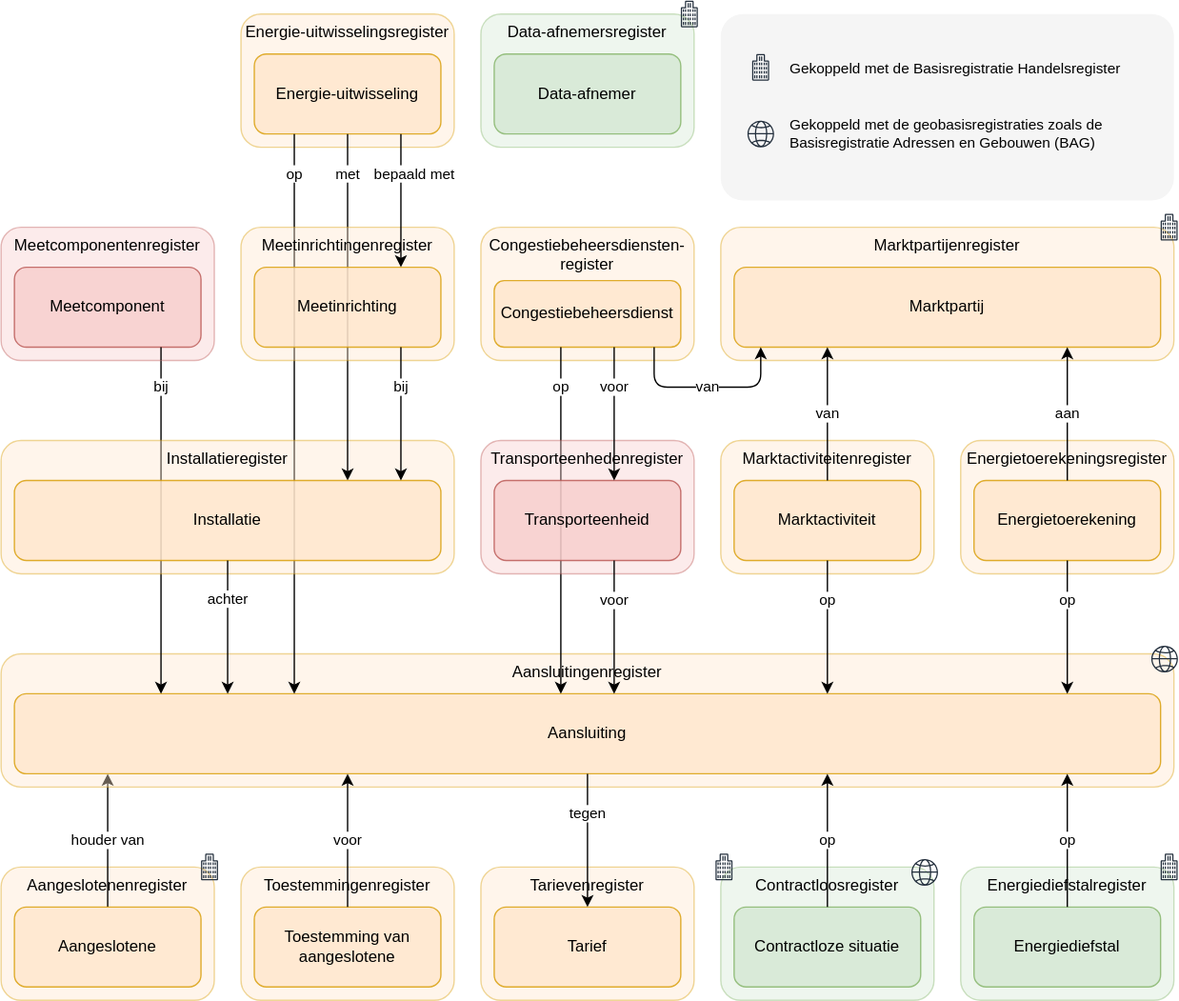
Earlier version of the draw.io export docs/assets/images/stelselplaat.drawio.svg (Netbeheer-Nederland/stelsel). Source tidied: cells renumbered, new cells last; positions are measured from the earlier drawing's top-left corner, leaving out a move shared by most shapes.
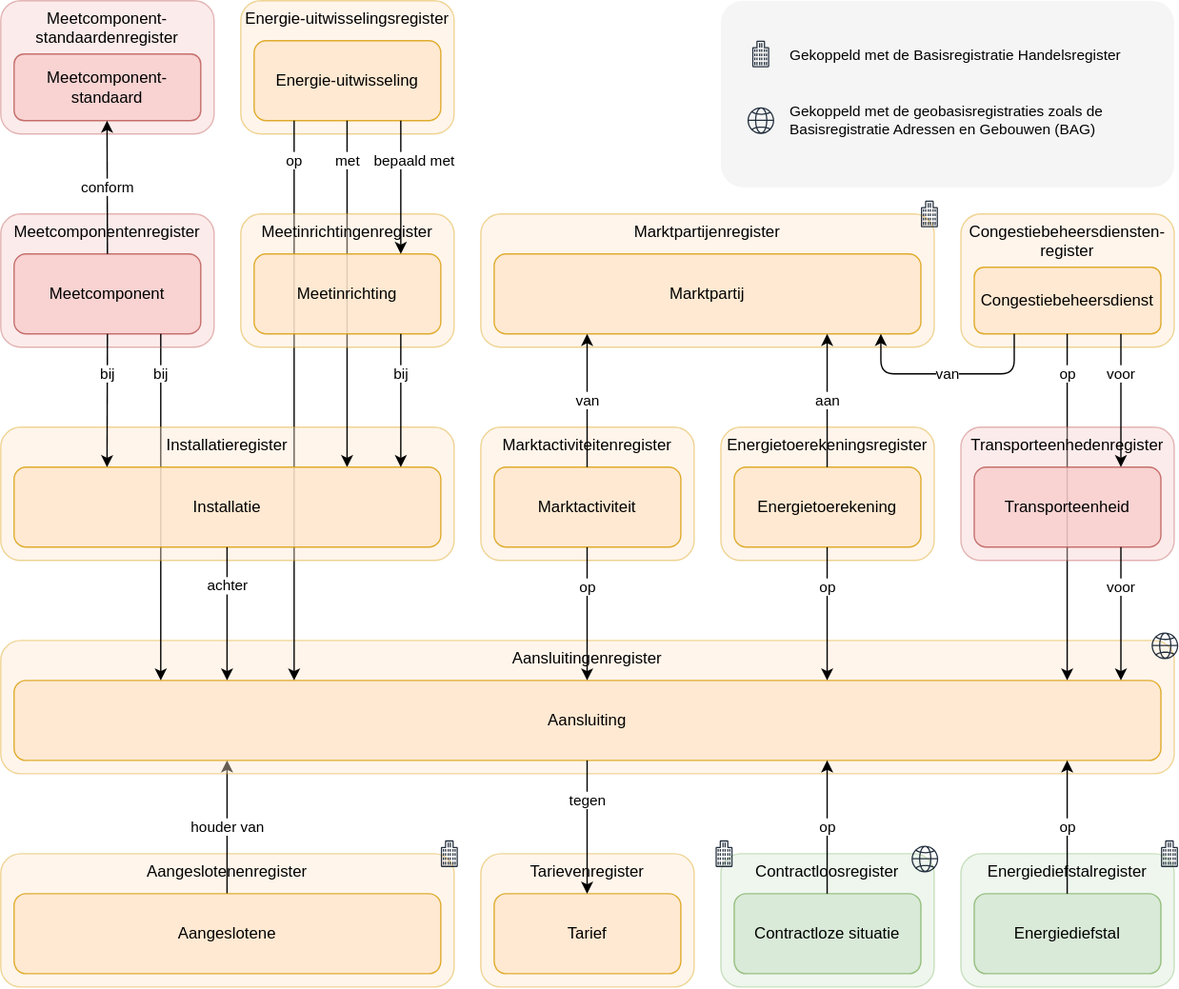
The same diagram one commit later.

Commit message:
Stelselplaat aangepast

The edit, as a diff of the source:
```diff
@@ -5,29 +5,23 @@
     <mxCell id="2" style="rounded=1;whiteSpace=wrap;html=1;fillColor=#f5f5f5;fontColor=#333333;strokeColor=none;arcSize=12;" parent="1" vertex="1">
       <mxGeometry x="540" y="10" width="340" height="140" as="geometry" />
     </mxCell>
-    <mxCell id="3" value="Toestemmingenregister" style="rounded=1;whiteSpace=wrap;html=1;verticalAlign=top;horizontal=1;align=center;fillColor=#ffe6cc;strokeColor=#d79b00;opacity=40;fontColor=default;" parent="1" vertex="1">
-      <mxGeometry x="180" y="650" width="160" height="100" as="geometry" />
-    </mxCell>
     <mxCell id="4" value="Marktpartijenregister" style="rounded=1;whiteSpace=wrap;html=1;verticalAlign=top;align=center;horizontal=1;fillColor=#ffe6cc;strokeColor=#d79b00;opacity=40;fontColor=default;" parent="1" vertex="1">
-      <mxGeometry x="540" y="170" width="340" height="100" as="geometry" />
+      <mxGeometry x="360" y="170" width="340" height="100" as="geometry" />
     </mxCell>
     <mxCell id="5" value="Marktpartij" style="rounded=1;whiteSpace=wrap;html=1;fillColor=#ffe6cc;strokeColor=#d79b00;opacity=80;fontColor=default;" parent="1" vertex="1">
-      <mxGeometry x="550" y="200" width="320" height="60" as="geometry" />
+      <mxGeometry x="370" y="200" width="320" height="60" as="geometry" />
     </mxCell>
     <mxCell id="6" value="Marktactiviteitenregister" style="rounded=1;whiteSpace=wrap;html=1;verticalAlign=top;align=center;horizontal=1;fillColor=#ffe6cc;strokeColor=#d79b00;opacity=40;fontColor=default;" parent="1" vertex="1">
-      <mxGeometry x="540" y="330" width="160" height="100" as="geometry" />
+      <mxGeometry x="360" y="330" width="160" height="100" as="geometry" />
     </mxCell>
     <mxCell id="7" value="Congestiebeheersdiensten-register" style="rounded=1;whiteSpace=wrap;html=1;verticalAlign=top;align=center;horizontal=1;fillColor=#ffe6cc;strokeColor=#d79b00;opacity=40;fontColor=default;" parent="1" vertex="1">
-      <mxGeometry x="360" y="170" width="160" height="100" as="geometry" />
+      <mxGeometry x="720" y="170" width="160" height="100" as="geometry" />
     </mxCell>
     <mxCell id="8" value="Marktactiviteit" style="rounded=1;whiteSpace=wrap;html=1;fillColor=#ffe6cc;strokeColor=#d79b00;opacity=80;fontColor=default;" parent="1" vertex="1">
-      <mxGeometry x="550" y="360" width="140" height="60" as="geometry" />
+      <mxGeometry x="370" y="360" width="140" height="60" as="geometry" />
     </mxCell>
-    <mxCell id="9" value="Toestemming van aangeslotene" style="rounded=1;whiteSpace=wrap;html=1;fillColor=#ffe6cc;strokeColor=#d79b00;opacity=80;fontColor=default;" parent="1" vertex="1">
-      <mxGeometry x="190" y="680" width="140" height="60" as="geometry" />
-    </mxCell>
     <mxCell id="10" value="Congestiebeheersdienst" style="rounded=1;whiteSpace=wrap;html=1;fillColor=#ffe6cc;strokeColor=#d79b00;opacity=80;fontColor=default;" parent="1" vertex="1">
-      <mxGeometry x="370" y="210" width="140" height="50" as="geometry" />
+      <mxGeometry x="730" y="210" width="140" height="50" as="geometry" />
     </mxCell>
     <mxCell id="11" value="van" style="endArrow=classic;html=1;rounded=0;edgeStyle=elbowEdgeStyle;fontColor=default;" parent="1" edge="1" source="8" target="5">
       <mxGeometry relative="1" as="geometry" />
@@ -35,16 +29,16 @@
     <mxCell id="12" value="van" style="endArrow=classic;html=1;rounded=1;edgeStyle=orthogonalEdgeStyle;fontColor=default;curved=0;" parent="1" edge="1" source="10" target="5">
       <mxGeometry relative="1" as="geometry">
         <Array as="points">
-          <mxPoint x="490" y="290" />
-          <mxPoint x="570" y="290" />
+          <mxPoint x="760" y="290" />
+          <mxPoint x="660" y="290" />
         </Array>
       </mxGeometry>
     </mxCell>
     <mxCell id="13" value="Energietoerekeningsregister" style="rounded=1;whiteSpace=wrap;html=1;verticalAlign=top;align=center;horizontal=1;fillColor=#ffe6cc;strokeColor=#d79b00;opacity=40;fontColor=default;" parent="1" vertex="1">
-      <mxGeometry x="720" y="330" width="160" height="100" as="geometry" />
+      <mxGeometry x="540" y="330" width="160" height="100" as="geometry" />
     </mxCell>
     <mxCell id="14" value="Energietoerekening" style="rounded=1;whiteSpace=wrap;html=1;fillColor=#ffe6cc;strokeColor=#d79b00;opacity=80;fontColor=default;" parent="1" vertex="1">
-      <mxGeometry x="730" y="360" width="140" height="60" as="geometry" />
+      <mxGeometry x="550" y="360" width="140" height="60" as="geometry" />
     </mxCell>
     <mxCell id="15" value="aan" style="endArrow=classic;html=1;rounded=0;edgeStyle=elbowEdgeStyle;fontColor=default;" parent="1" edge="1" source="14" target="5">
       <mxGeometry relative="1" as="geometry" />
@@ -53,7 +47,7 @@
       <mxGeometry x="360" y="650" width="160" height="100" as="geometry" />
     </mxCell>
     <mxCell id="17" value="Aangeslotenenregister" style="rounded=1;whiteSpace=wrap;html=1;verticalAlign=top;horizontal=1;align=center;strokeWidth=1;opacity=40;fillColor=#ffe6cc;strokeColor=#d79b00;fontColor=default;" parent="1" vertex="1">
-      <mxGeometry y="650" width="160" height="100" as="geometry" />
+      <mxGeometry y="650" width="340" height="100" as="geometry" />
     </mxCell>
     <mxCell id="18" value="houder van" style="endArrow=classic;html=1;rounded=0;edgeStyle=elbowEdgeStyle;fontColor=default;" parent="1" edge="1" source="44" target="24">
       <mxGeometry relative="1" as="geometry" />
@@ -61,15 +55,9 @@
     <mxCell id="19" value="Contractloosregister" style="rounded=1;whiteSpace=wrap;html=1;verticalAlign=top;horizontal=1;align=center;fillColor=#d5e8d4;strokeColor=#82b366;opacity=40;fontColor=default;" parent="1" vertex="1">
       <mxGeometry x="540" y="650" width="160" height="100" as="geometry" />
     </mxCell>
-    <mxCell id="20" value="Data-afnemersregister" style="rounded=1;whiteSpace=wrap;html=1;verticalAlign=top;horizontal=1;align=center;fillColor=#d5e8d4;strokeColor=#82b366;opacity=40;fontColor=default;" parent="1" vertex="1">
-      <mxGeometry x="360" y="10" width="160" height="100" as="geometry" />
-    </mxCell>
     <mxCell id="21" value="Tarief" style="rounded=1;whiteSpace=wrap;html=1;fillColor=#ffe6cc;strokeColor=#d79b00;opacity=80;" parent="1" vertex="1">
       <mxGeometry x="370" y="680" width="140" height="60" as="geometry" />
     </mxCell>
-    <mxCell id="22" value="Data-afnemer" style="rounded=1;whiteSpace=wrap;html=1;fillColor=#d5e8d4;strokeColor=#82b366;opacity=80;fontColor=default;" parent="1" vertex="1">
-      <mxGeometry x="370" y="40" width="140" height="60" as="geometry" />
-    </mxCell>
     <mxCell id="23" value="Aansluitingenregister" style="rounded=1;whiteSpace=wrap;html=1;verticalAlign=top;horizontal=1;align=center;opacity=40;fillColor=#ffe6cc;strokeColor=#d79b00;fontColor=default;" parent="1" vertex="1">
       <mxGeometry y="490" width="880" height="100" as="geometry" />
     </mxCell>
@@ -102,11 +90,7 @@
       <mxGeometry x="-0.4" relative="1" as="geometry" />
     </mxCell>
     <mxCell id="32" value="op" style="endArrow=classic;html=1;rounded=0;edgeStyle=elbowEdgeStyle;fontColor=default;" parent="1" edge="1" source="10" target="24">
-      <mxGeometry x="-0.77" relative="1" as="geometry">
-        <Array as="points">
-          <mxPoint x="420" y="390" />
-        </Array>
-      </mxGeometry>
+      <mxGeometry x="-0.77" relative="1" as="geometry" />
     </mxCell>
     <mxCell id="33" value="op" style="endArrow=classic;html=1;rounded=0;edgeStyle=elbowEdgeStyle;fontColor=default;" parent="1" edge="1" source="26" target="24">
       <mxGeometry relative="1" as="geometry" />
@@ -157,11 +141,8 @@
       </mxGeometry>
     </mxCell>
     <mxCell id="44" value="Aangeslotene" style="rounded=1;whiteSpace=wrap;html=1;fillColor=#ffe6cc;strokeColor=#d79b00;opacity=80;" parent="1" vertex="1">
-      <mxGeometry x="10" y="680" width="140" height="60" as="geometry" />
+      <mxGeometry x="10" y="680" width="320" height="60" as="geometry" />
     </mxCell>
-    <mxCell id="45" value="voor" style="endArrow=classic;html=1;rounded=0;edgeStyle=elbowEdgeStyle;endFill=1;fontColor=default;" parent="1" edge="1" source="9" target="24">
-      <mxGeometry relative="1" as="geometry" />
-    </mxCell>
     <mxCell id="46" value="Meetcomponentenregister" style="rounded=1;whiteSpace=wrap;html=1;verticalAlign=top;align=center;horizontal=1;strokeWidth=1;opacity=40;fillColor=#f8cecc;strokeColor=#b85450;fontColor=default;" parent="1" vertex="1">
       <mxGeometry y="170" width="160" height="100" as="geometry" />
     </mxCell>
@@ -187,13 +168,10 @@
       <mxGeometry x="536" y="640" width="12.8" height="20" as="geometry" />
     </mxCell>
     <mxCell id="53" style="sketch=0;fontColor=#232F3E;gradientColor=none;fillColor=#232F3D;strokeColor=none;dashed=0;verticalLabelPosition=bottom;verticalAlign=top;align=center;html=1;fontSize=12;fontStyle=0;shape=mxgraph.aws4.office_building;" parent="1" vertex="1">
-      <mxGeometry x="150" y="640" width="12.8" height="20" as="geometry" />
+      <mxGeometry x="330" y="640" width="12.8" height="20" as="geometry" />
     </mxCell>
-    <mxCell id="54" style="sketch=0;fontColor=#232F3E;gradientColor=none;fillColor=#232F3D;strokeColor=none;dashed=0;verticalLabelPosition=bottom;verticalAlign=top;align=center;html=1;fontSize=12;fontStyle=0;shape=mxgraph.aws4.office_building;" parent="1" vertex="1">
-      <mxGeometry x="510" width="12.8" height="20" as="geometry" />
-    </mxCell>
     <mxCell id="55" style="sketch=0;fontColor=#232F3E;gradientColor=none;fillColor=#232F3D;strokeColor=none;dashed=0;verticalLabelPosition=bottom;verticalAlign=top;align=center;html=1;fontSize=12;fontStyle=0;shape=mxgraph.aws4.office_building;" parent="1" vertex="1">
-      <mxGeometry x="870" y="160" width="12.8" height="20" as="geometry" />
+      <mxGeometry x="690" y="160" width="12.8" height="20" as="geometry" />
     </mxCell>
     <mxCell id="56" style="sketch=0;fontColor=#232F3E;gradientColor=none;fillColor=#232F3D;strokeColor=none;dashed=0;verticalLabelPosition=bottom;verticalAlign=top;align=center;html=1;fontSize=12;fontStyle=0;shape=mxgraph.aws4.office_building;" parent="1" vertex="1">
       <mxGeometry x="870" y="640" width="12.8" height="20" as="geometry" />
@@ -214,24 +192,38 @@
       <mxGeometry x="683" y="644" width="20" height="20" as="geometry" />
     </mxCell>
     <mxCell id="62" value="Transporteenhedenregister" style="rounded=1;whiteSpace=wrap;html=1;verticalAlign=top;align=center;horizontal=1;strokeWidth=1;opacity=40;fillColor=#f8cecc;strokeColor=#b85450;fontColor=default;" parent="1" vertex="1">
-      <mxGeometry x="360" y="330" width="160" height="100" as="geometry" />
+      <mxGeometry x="720" y="330" width="160" height="100" as="geometry" />
     </mxCell>
     <mxCell id="63" value="Transporteenheid" style="rounded=1;whiteSpace=wrap;html=1;fillColor=#f8cecc;strokeColor=#b85450;opacity=80;fontColor=default;" parent="1" vertex="1">
-      <mxGeometry x="370" y="360" width="140" height="60" as="geometry" />
+      <mxGeometry x="730" y="360" width="140" height="60" as="geometry" />
     </mxCell>
     <mxCell id="64" value="voor" style="endArrow=classic;html=1;rounded=0;edgeStyle=elbowEdgeStyle;fontColor=default;" parent="1" edge="1" source="63" target="24">
       <mxGeometry x="-0.4" relative="1" as="geometry">
         <Array as="points">
-          <mxPoint x="460" y="470" />
+          <mxPoint x="840" y="480" />
         </Array>
       </mxGeometry>
     </mxCell>
     <mxCell id="65" value="voor" style="endArrow=classic;html=1;rounded=0;edgeStyle=elbowEdgeStyle;fontColor=default;" parent="1" edge="1" source="10" target="63">
       <mxGeometry x="-0.4" relative="1" as="geometry">
         <Array as="points">
-          <mxPoint x="460" y="310" />
+          <mxPoint x="840" y="310" />
         </Array>
       </mxGeometry>
     </mxCell>
+    <mxCell id="66" value="&lt;span style=&quot;color: rgb(0, 0, 0);&quot;&gt;Meetcomponent-standaardenregister&lt;/span&gt;" style="rounded=1;whiteSpace=wrap;html=1;verticalAlign=top;align=center;horizontal=1;strokeWidth=1;opacity=40;fillColor=#f8cecc;strokeColor=#b85450;fontColor=default;" parent="1" vertex="1">
+      <mxGeometry y="10" width="160" height="100" as="geometry" />
+    </mxCell>
+    <mxCell id="67" value="Meetcomponent-standaard" style="rounded=1;whiteSpace=wrap;html=1;fillColor=#f8cecc;strokeColor=#b85450;opacity=80;fontColor=default;" parent="1" vertex="1">
+      <mxGeometry x="10" y="50" width="140" height="50" as="geometry" />
+    </mxCell>
+    <mxCell id="68" value="bij" style="endArrow=classic;html=1;rounded=0;edgeStyle=elbowEdgeStyle;fontColor=default;exitX=0.5;exitY=1;exitDx=0;exitDy=0;" parent="1" edge="1" source="47">
+      <mxGeometry x="-0.4" relative="1" as="geometry">
+        <mxPoint x="80" y="360" as="targetPoint" />
+      </mxGeometry>
+    </mxCell>
+    <mxCell id="69" value="conform" style="endArrow=classic;html=1;rounded=0;edgeStyle=elbowEdgeStyle;fontColor=default;exitX=0.5;exitY=0;exitDx=0;exitDy=0;entryX=0.5;entryY=1;entryDx=0;entryDy=0;elbow=horizontal;" parent="1" edge="1" source="47" target="67">
+      <mxGeometry relative="1" as="geometry" />
+    </mxCell>
   </root>
 </mxGraphModel>
```
